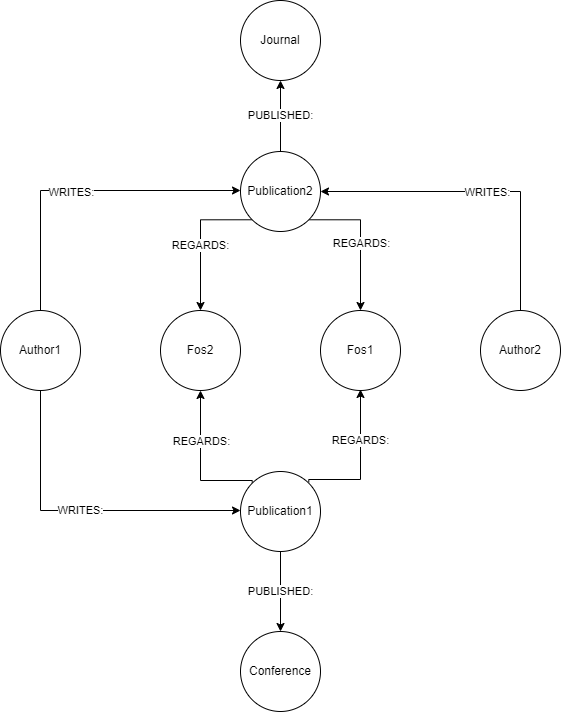
Before: Report/Images/graphDiagram.png, a diagram exported from draw.io (neekoo0/SMBUDproject22-23). Source tidied: cells renumbered, new cells last; positions are measured from the earlier drawing's top-left corner, leaving out a move shared by most shapes.
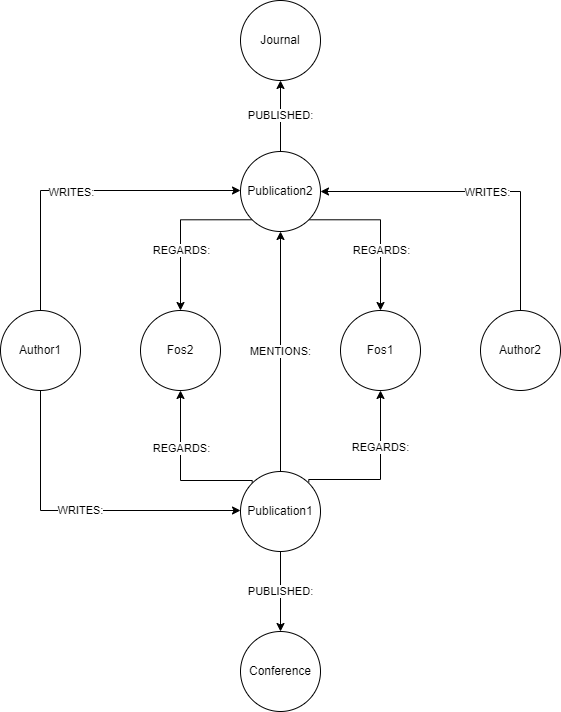
After the change.

What changed in the source:
```diff
@@ -41,28 +41,32 @@
     <mxCell id="10" style="edgeStyle=orthogonalEdgeStyle;rounded=0;jettySize=auto;html=1;exitX=0;exitY=1;exitDx=0;exitDy=0;entryX=0.5;entryY=0;entryDx=0;entryDy=0;" parent="1" edge="1" source="14" target="23">
       <mxGeometry relative="1" as="geometry">
         <Array as="points">
-          <mxPoint x="200" y="219" />
+          <mxPoint x="180" y="219" />
         </Array>
       </mxGeometry>
     </mxCell>
     <mxCell id="11" value="REGARDS:" style="edgeLabel;html=1;align=center;verticalAlign=middle;" parent="10" vertex="1">
-      <mxGeometry x="0.08" y="-1" relative="1" as="geometry" />
+      <mxGeometry x="0.08" y="-1" relative="1" as="geometry">
+        <mxPoint x="1" y="15" as="offset" />
+      </mxGeometry>
     </mxCell>
     <mxCell id="12" style="edgeStyle=orthogonalEdgeStyle;rounded=0;jettySize=auto;html=1;exitX=1;exitY=1;exitDx=0;exitDy=0;entryX=0.5;entryY=0;entryDx=0;entryDy=0;" parent="1" edge="1" source="14" target="15">
       <mxGeometry relative="1" as="geometry">
         <Array as="points">
-          <mxPoint x="360" y="219" />
+          <mxPoint x="380" y="219" />
         </Array>
       </mxGeometry>
     </mxCell>
     <mxCell id="13" value="REGARDS:" style="edgeLabel;html=1;align=center;verticalAlign=middle;" parent="12" vertex="1">
-      <mxGeometry x="0.05" relative="1" as="geometry" />
+      <mxGeometry x="0.05" relative="1" as="geometry">
+        <mxPoint y="17" as="offset" />
+      </mxGeometry>
     </mxCell>
     <mxCell id="14" value="Publication2" style="ellipse;whiteSpace=wrap;html=1;" parent="1" vertex="1">
       <mxGeometry x="240" y="151" width="80" height="80" as="geometry" />
     </mxCell>
     <mxCell id="15" value="Fos1" style="ellipse;whiteSpace=wrap;html=1;" parent="1" vertex="1">
-      <mxGeometry x="320" y="310" width="80" height="80" as="geometry" />
+      <mxGeometry x="340" y="310" width="80" height="80" as="geometry" />
     </mxCell>
     <mxCell id="16" value="Conference" style="ellipse;whiteSpace=wrap;html=1;" parent="1" vertex="1">
       <mxGeometry x="240" y="631" width="80" height="80" as="geometry" />
@@ -77,7 +81,7 @@
       <mxGeometry relative="1" as="geometry">
         <Array as="points">
           <mxPoint x="252" y="480" />
-          <mxPoint x="200" y="480" />
+          <mxPoint x="180" y="480" />
         </Array>
       </mxGeometry>
     </mxCell>
@@ -86,21 +90,23 @@
         <mxPoint x="2" y="-4" as="offset" />
       </mxGeometry>
     </mxCell>
-    <mxCell id="21" value="REGARDS:" style="edgeStyle=orthogonalEdgeStyle;rounded=0;orthogonalLoop=1;jettySize=auto;html=1;exitX=1;exitY=0;exitDx=0;exitDy=0;" parent="1" edge="1">
+    <mxCell id="21" value="REGARDS:" style="edgeStyle=orthogonalEdgeStyle;rounded=0;jettySize=auto;html=1;exitX=1;exitY=0;exitDx=0;exitDy=0;entryX=0.5;entryY=1;entryDx=0;entryDy=0;" parent="1" edge="1" target="15">
       <mxGeometry x="0.29" relative="1" as="geometry">
         <mxPoint x="308.3" y="481.7" as="sourcePoint" />
-        <mxPoint x="360" y="389" as="targetPoint" />
         <Array as="points">
           <mxPoint x="308" y="479" />
-          <mxPoint x="360" y="479" />
+          <mxPoint x="380" y="479" />
         </Array>
       </mxGeometry>
     </mxCell>
+    <mxCell id="24" value="MENTIONS:" style="edgeStyle=orthogonalEdgeStyle;rounded=0;jettySize=auto;html=1;exitX=0.5;exitY=0;exitDx=0;exitDy=0;" parent="1" edge="1" source="22" target="14">
+      <mxGeometry relative="1" as="geometry" />
+    </mxCell>
     <mxCell id="22" value="Publication1" style="ellipse;whiteSpace=wrap;html=1;" parent="1" vertex="1">
       <mxGeometry x="240" y="471" width="80" height="80" as="geometry" />
     </mxCell>
     <mxCell id="23" value="Fos2" style="ellipse;whiteSpace=wrap;html=1;" parent="1" vertex="1">
-      <mxGeometry x="160" y="310" width="80" height="80" as="geometry" />
+      <mxGeometry x="140" y="310" width="80" height="80" as="geometry" />
     </mxCell>
   </root>
 </mxGraphModel>
```
